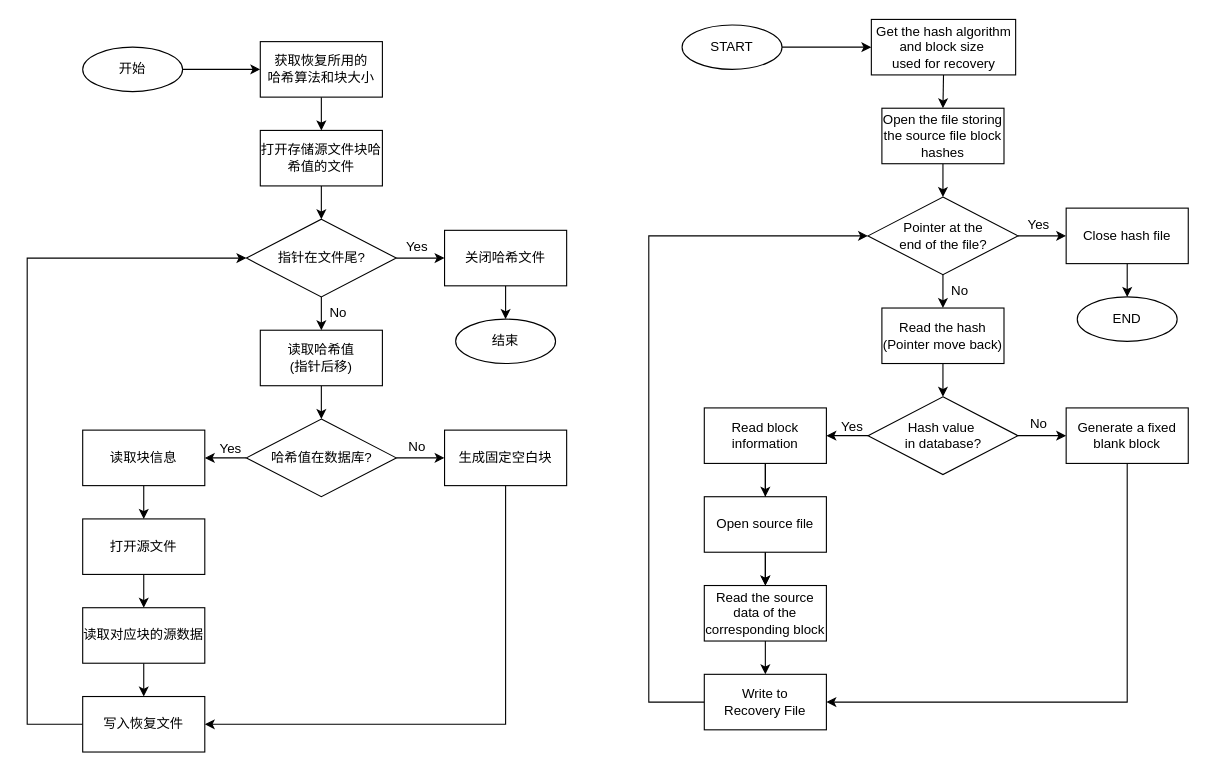
Earlier version of the draw.io diagram doc/recover_flow.drawio (NekoSilverFox/BlockStorageTester). Source tidied: cells renumbered, new cells numbered last; positions are measured from the earlier drawing's top-left corner, leaving out a move shared by most shapes. Both pictures are drawn from the tidied source at 111%, with x=0, y=0 at pixel (27, 19).
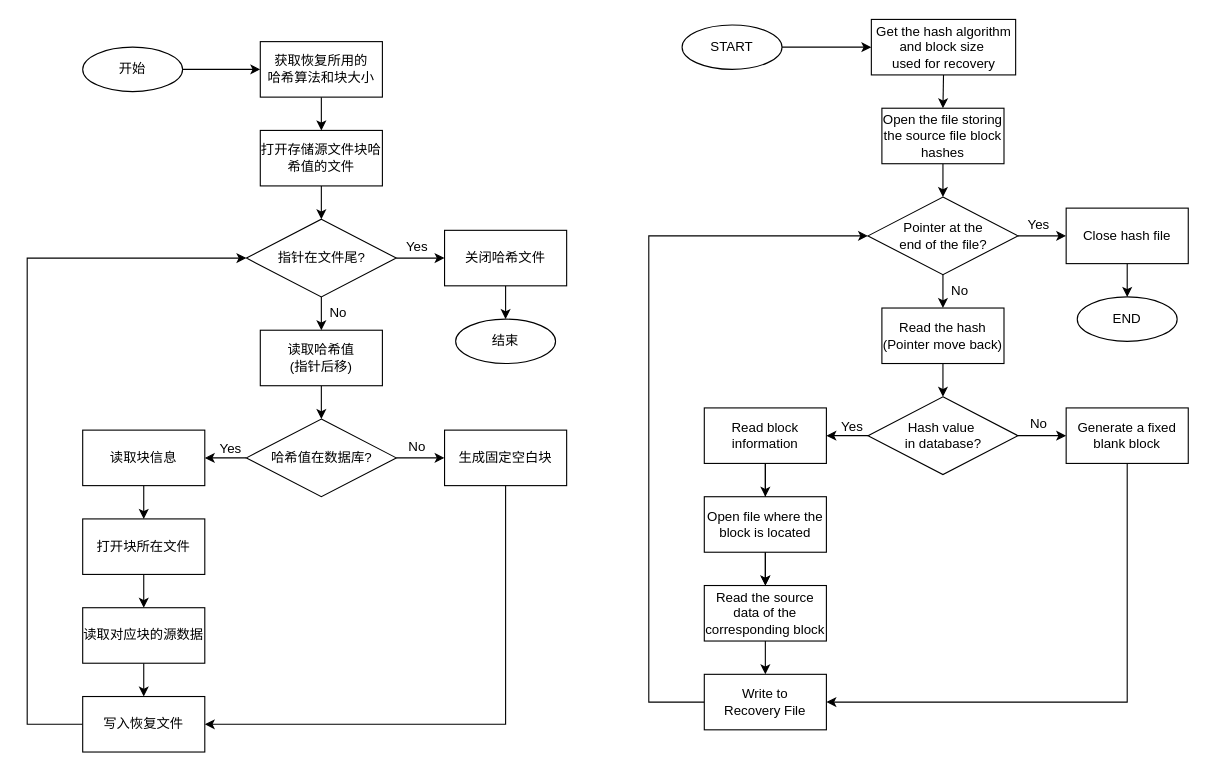
The same page after the edit.

What changed in the source:
```diff
@@
-    <mxCell id="19" value="打开源文件" style="rounded=0;whiteSpace=wrap;html=1;" parent="1" vertex="1">
+    <mxCell id="19" value="打开块所在文件" style="rounded=0;whiteSpace=wrap;html=1;" parent="1" vertex="1">
       <mxGeometry x="50" y="450" width="110" height="50" as="geometry" />
     </mxCell>
@@
-    <mxCell id="51" value="Open source file" style="rounded=0;whiteSpace=wrap;html=1;" parent="1" vertex="1">
+    <mxCell id="51" value="Open file where the block is located" style="rounded=0;whiteSpace=wrap;html=1;" parent="1" vertex="1">
       <mxGeometry x="610" y="430" width="110" height="50" as="geometry" />
     </mxCell>
```
